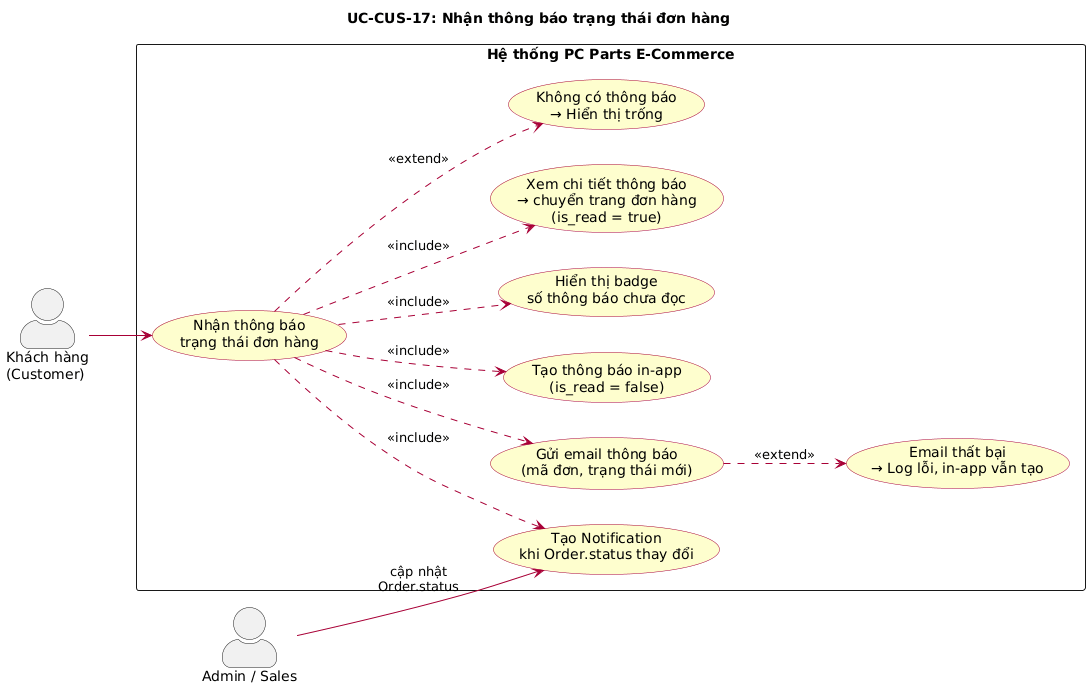
Earlier version of the PlantUML export docs/diagrams/images/uc_CUS17_thong_bao.png (huuhieu56/PC-Parts-ECommerce). Its diagram source:
```plantuml
@startuml
left to right direction
skinparam actorStyle awesome
skinparam packageStyle rectangle
skinparam usecase {
  BackgroundColor #FEFECE
  BorderColor #A80036
  ArrowColor #A80036
}

title UC-CUS-17: Nhận thông báo trạng thái đơn hàng

actor "Khách hàng\n(Customer)" as Customer
actor "Admin / Sales" as Staff

rectangle "Hệ thống PC Parts E-Commerce" {
  usecase "Nhận thông báo\ntrạng thái đơn hàng" as UC_NOTIFY
  usecase "Tạo Notification\nkhi Order.status thay đổi" as UC_CREATE
  usecase "Gửi email thông báo\n(mã đơn, trạng thái mới)" as UC_EMAIL
  usecase "Tạo thông báo in-app\n(is_read = false)" as UC_INAPP
  usecase "Hiển thị badge\nsố thông báo chưa đọc" as UC_BADGE
  usecase "Xem chi tiết thông báo\n→ chuyển trang đơn hàng\n(is_read = true)" as UC_READ
  usecase "Email thất bại\n→ Log lỗi, in-app vẫn tạo" as UC_ERR_EMAIL
  usecase "Không có thông báo\n→ Hiển thị trống" as UC_ERR_EMPTY
}

Customer --> UC_NOTIFY
Staff --> UC_CREATE : cập nhật\nOrder.status

UC_NOTIFY ..> UC_CREATE : <<include>>
UC_NOTIFY ..> UC_EMAIL : <<include>>
UC_NOTIFY ..> UC_INAPP : <<include>>
UC_NOTIFY ..> UC_BADGE : <<include>>
UC_NOTIFY ..> UC_READ : <<include>>
UC_EMAIL ..> UC_ERR_EMAIL : <<extend>>
UC_NOTIFY ..> UC_ERR_EMPTY : <<extend>>
@enduml
```
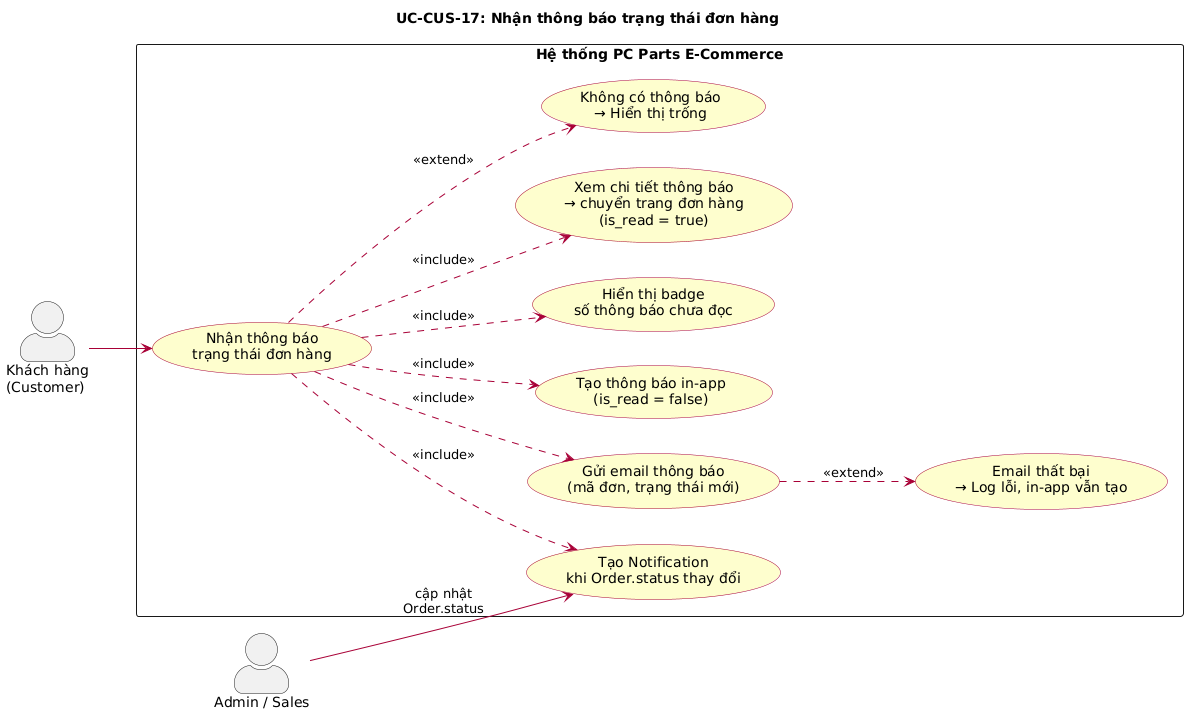
Above is the later version.

Diff of the diagram source:
```diff
@@ -1,4 +1,4 @@
-@startuml
+@startuml uc_CUS17_thong_bao
 left to right direction
 skinparam actorStyle awesome
 skinparam packageStyle rectangle
@@ -34,4 +34,5 @@
 UC_NOTIFY ..> UC_READ : <<include>>
 UC_EMAIL ..> UC_ERR_EMAIL : <<extend>>
 UC_NOTIFY ..> UC_ERR_EMPTY : <<extend>>
+
 @enduml
```
